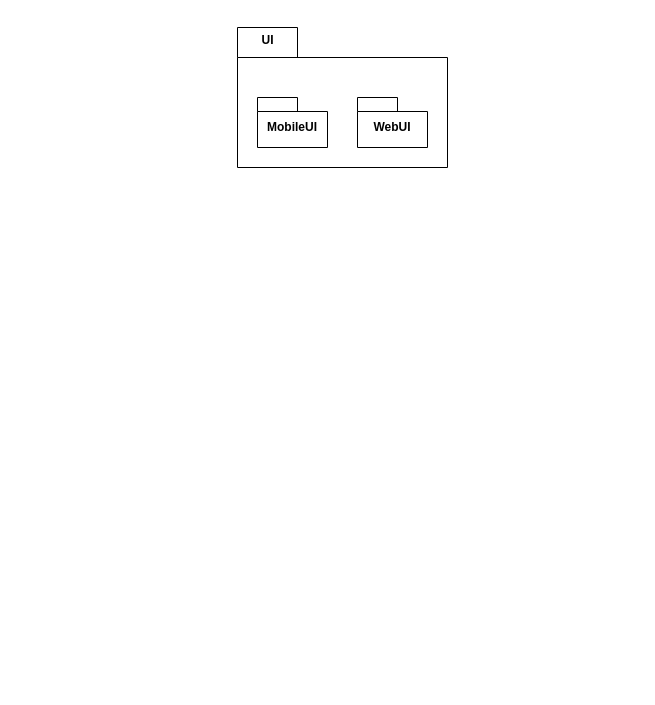
Before: Диаграмма_Пакетов.drawio in Artvell3000/umlLab2, a draw.io diagram. Source tidied: cells renumbered, new cells numbered last; positions are measured from the earlier drawing's top-left corner, leaving out a move shared by most shapes. Both pictures are drawn from the tidied source at 100%, with x=0, y=0 at pixel (227, 17).
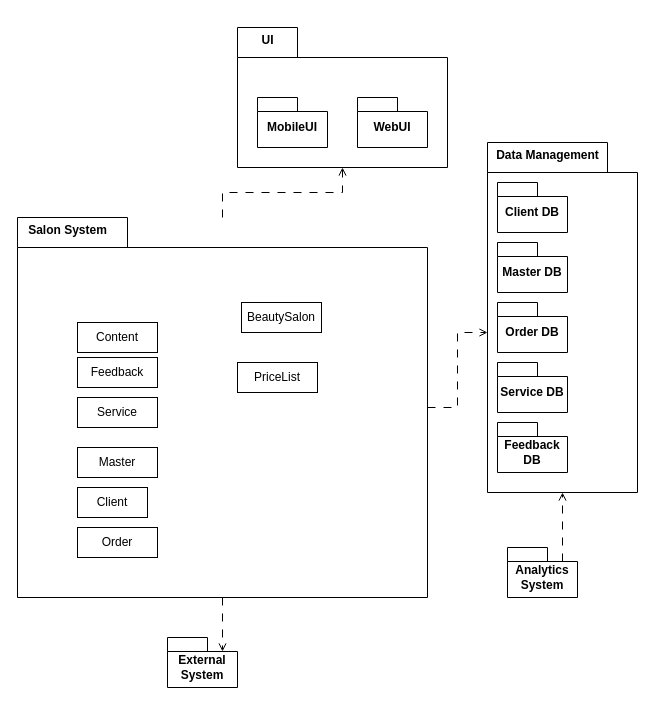
The same page after the edit.

Unchanged cells that the change refers to:
```xml
<mxCell id="2" style="shape=folder;fontStyle=1;spacingTop=10;tabWidth=60;tabHeight=30;tabPosition=left;html=1;whiteSpace=wrap;" parent="1" vertex="1">
  <mxGeometry x="10" y="10" width="210" height="140" as="geometry" />
</mxCell>
```

Change to the diagram source:
```diff
@@
+    <mxCell id="6" style="shape=folder;fontStyle=1;spacingTop=10;tabWidth=110;tabHeight=30;tabPosition=left;html=1;whiteSpace=wrap;" parent="1" vertex="1">
+      <mxGeometry x="-210" y="200" width="410" height="380" as="geometry" />
+    </mxCell>
+    <mxCell id="7" style="shape=folder;fontStyle=1;spacingTop=10;tabWidth=120;tabHeight=30;tabPosition=left;html=1;whiteSpace=wrap;" parent="1" vertex="1">
+      <mxGeometry x="260" y="125" width="150" height="350" as="geometry" />
+    </mxCell>
+    <mxCell id="8" value="Data Management" style="text;align=center;fontStyle=1;verticalAlign=middle;spacingLeft=3;spacingRight=3;strokeColor=none;html=1;" parent="1" vertex="1">
+      <mxGeometry x="280" y="125" width="80" height="26" as="geometry" />
+    </mxCell>
+    <mxCell id="9" value="Client DB" style="shape=folder;fontStyle=1;spacingTop=10;tabWidth=40;tabHeight=14;tabPosition=left;html=1;whiteSpace=wrap;" parent="1" vertex="1">
+      <mxGeometry x="270" y="165" width="70" height="50" as="geometry" />
+    </mxCell>
+    <mxCell id="10" value="Master DB" style="shape=folder;fontStyle=1;spacingTop=10;tabWidth=40;tabHeight=14;tabPosition=left;html=1;whiteSpace=wrap;" parent="1" vertex="1">
+      <mxGeometry x="270" y="225" width="70" height="50" as="geometry" />
+    </mxCell>
+    <mxCell id="11" value="Order DB" style="shape=folder;fontStyle=1;spacingTop=10;tabWidth=40;tabHeight=14;tabPosition=left;html=1;whiteSpace=wrap;" parent="1" vertex="1">
+      <mxGeometry x="270" y="285" width="70" height="50" as="geometry" />
+    </mxCell>
+    <mxCell id="12" value="Service DB" style="shape=folder;fontStyle=1;spacingTop=10;tabWidth=40;tabHeight=14;tabPosition=left;html=1;whiteSpace=wrap;" parent="1" vertex="1">
+      <mxGeometry x="270" y="345" width="70" height="50" as="geometry" />
+    </mxCell>
+    <mxCell id="13" value="Feedback DB" style="shape=folder;fontStyle=1;spacingTop=10;tabWidth=40;tabHeight=14;tabPosition=left;html=1;whiteSpace=wrap;" parent="1" vertex="1">
+      <mxGeometry x="270" y="405" width="70" height="50" as="geometry" />
+    </mxCell>
+    <mxCell id="14" style="edgeStyle=orthogonalEdgeStyle;rounded=0;jettySize=auto;html=1;entryX=0.5;entryY=1;entryDx=0;entryDy=0;entryPerimeter=0;dashed=1;endArrow=open;endFill=0;dashPattern=8 8;" parent="1" edge="1" source="6" target="2">
+      <mxGeometry relative="1" as="geometry" />
+    </mxCell>
+    <mxCell id="15" style="edgeStyle=orthogonalEdgeStyle;rounded=0;jettySize=auto;html=1;entryX=0;entryY=0;entryDx=0;entryDy=190;entryPerimeter=0;dashed=1;dashPattern=8 8;endArrow=open;endFill=0;" parent="1" edge="1" source="6" target="7">
+      <mxGeometry relative="1" as="geometry" />
+    </mxCell>
+    <mxCell id="16" value="External System" style="shape=folder;fontStyle=1;spacingTop=10;tabWidth=40;tabHeight=14;tabPosition=left;html=1;whiteSpace=wrap;" parent="1" vertex="1">
+      <mxGeometry x="-60" y="620" width="70" height="50" as="geometry" />
+    </mxCell>
+    <mxCell id="17" value="Analytics System" style="shape=folder;fontStyle=1;spacingTop=10;tabWidth=40;tabHeight=14;tabPosition=left;html=1;whiteSpace=wrap;" parent="1" vertex="1">
+      <mxGeometry x="280" y="530" width="70" height="50" as="geometry" />
+    </mxCell>
+    <mxCell id="18" style="edgeStyle=orthogonalEdgeStyle;rounded=0;jettySize=auto;html=1;entryX=0;entryY=0;entryDx=55;entryDy=14;entryPerimeter=0;dashed=1;dashPattern=8 8;endArrow=open;endFill=0;" parent="1" edge="1" source="6" target="16">
+      <mxGeometry relative="1" as="geometry" />
+    </mxCell>
+    <mxCell id="19" style="edgeStyle=orthogonalEdgeStyle;rounded=0;jettySize=auto;html=1;exitX=0;exitY=0;exitDx=55;exitDy=14;exitPerimeter=0;entryX=0.5;entryY=1;entryDx=0;entryDy=0;entryPerimeter=0;dashed=1;dashPattern=8 8;endArrow=open;endFill=0;" parent="1" edge="1" source="17" target="7">
+      <mxGeometry relative="1" as="geometry" />
+    </mxCell>
+    <mxCell id="20" value="BeautySalon" style="html=1;whiteSpace=wrap;" parent="1" vertex="1">
+      <mxGeometry x="14" y="285" width="80" height="30" as="geometry" />
+    </mxCell>
+    <mxCell id="21" value="PriceList" style="html=1;whiteSpace=wrap;" parent="1" vertex="1">
+      <mxGeometry x="10" y="345" width="80" height="30" as="geometry" />
+    </mxCell>
+    <mxCell id="22" value="Content" style="html=1;whiteSpace=wrap;" parent="1" vertex="1">
+      <mxGeometry x="-150" y="305" width="80" height="30" as="geometry" />
+    </mxCell>
+    <mxCell id="23" value="Order" style="html=1;whiteSpace=wrap;" parent="1" vertex="1">
+      <mxGeometry x="-150" y="510" width="80" height="30" as="geometry" />
+    </mxCell>
+    <mxCell id="24" value="Client" style="html=1;whiteSpace=wrap;" parent="1" vertex="1">
+      <mxGeometry x="-150" y="470" width="70" height="30" as="geometry" />
+    </mxCell>
+    <mxCell id="25" value="Feedback" style="html=1;whiteSpace=wrap;" parent="1" vertex="1">
+      <mxGeometry x="-150" y="340" width="80" height="30" as="geometry" />
+    </mxCell>
+    <mxCell id="26" value="Service" style="html=1;whiteSpace=wrap;" parent="1" vertex="1">
+      <mxGeometry x="-150" y="380" width="80" height="30" as="geometry" />
+    </mxCell>
+    <mxCell id="27" value="Master" style="html=1;whiteSpace=wrap;" parent="1" vertex="1">
+      <mxGeometry x="-150" y="430" width="80" height="30" as="geometry" />
+    </mxCell>
+    <mxCell id="28" value="Salon System" style="text;align=center;fontStyle=1;verticalAlign=middle;spacingLeft=3;spacingRight=3;strokeColor=none;html=1;" parent="1" vertex="1">
+      <mxGeometry x="-200" y="200" width="80" height="26" as="geometry" />
+    </mxCell>
```
